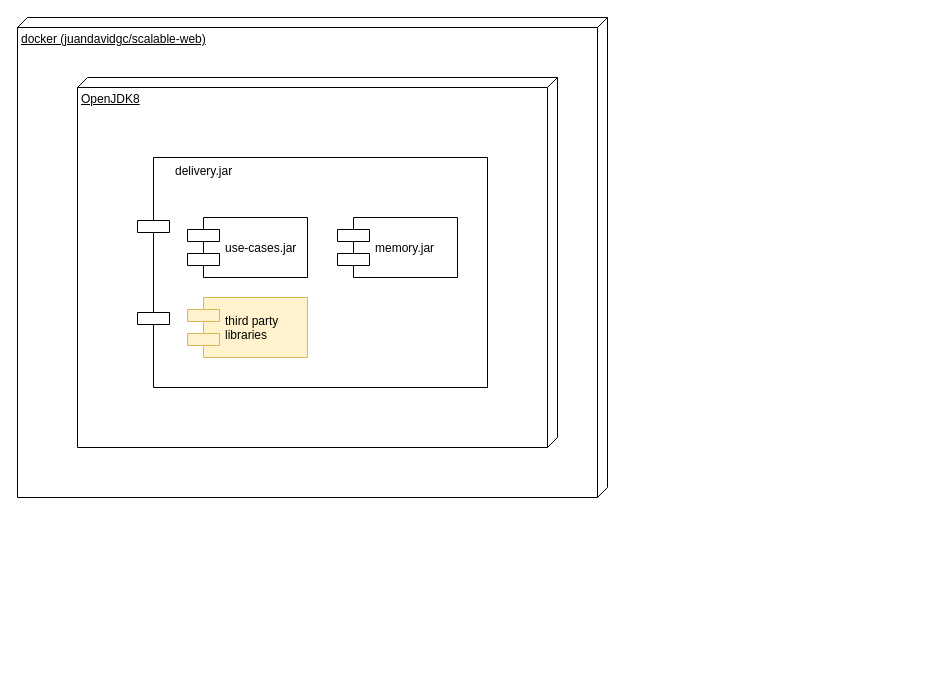
Earlier version of the draw.io diagram page "deployment" (2 of 4) of docs/architecture.drawio (juandavidgc/ScalableWeb). Source tidied: cells renumbered, new cells numbered last; positions are measured from the earlier drawing's top-left corner, leaving out a move shared by most shapes. Both pictures are drawn from the tidied source at 100%, with x=0, y=0 at pixel (17, 17).
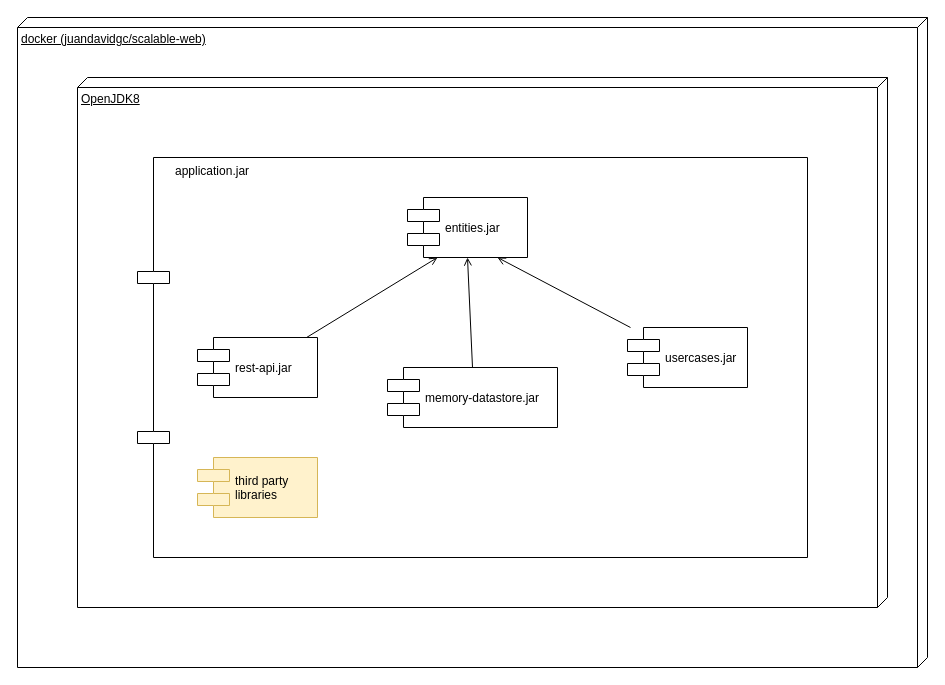
After the change.

Diff of the diagram source:
```diff
@@
 <mxGraphModel>
   <root>
     <mxCell id="0" />
     <mxCell id="1" parent="0" />
     <mxCell id="2" value="docker (juandavidgc/scalable-web)" style="verticalAlign=top;align=left;spacingTop=8;spacingLeft=2;spacingRight=12;shape=cube;size=10;direction=south;fontStyle=4;html=1;" parent="1" vertex="1">
-      <mxGeometry width="590" height="480" as="geometry" />
+      <mxGeometry width="910" height="650" as="geometry" />
     </mxCell>
     <mxCell id="3" value="OpenJDK8" style="verticalAlign=top;align=left;spacingTop=8;spacingLeft=2;spacingRight=12;shape=cube;size=10;direction=south;fontStyle=4;html=1;" parent="1" vertex="1">
-      <mxGeometry x="60" y="60" width="480" height="370" as="geometry" />
+      <mxGeometry x="60" y="60" width="810" height="530" as="geometry" />
     </mxCell>
-    <mxCell id="4" value="delivery.jar" style="shape=component;align=left;spacingLeft=36;verticalAlign=top;" parent="1" vertex="1">
-      <mxGeometry x="120" y="140" width="350" height="230" as="geometry" />
+    <mxCell id="4" value="application.jar" style="shape=component;align=left;spacingLeft=36;verticalAlign=top;" parent="1" vertex="1">
+      <mxGeometry x="120" y="140" width="670" height="400" as="geometry" />
     </mxCell>
-    <mxCell id="5" value="use-cases.jar" style="shape=component;align=left;spacingLeft=36;" parent="1" vertex="1">
-      <mxGeometry x="170" y="200" width="120" height="60" as="geometry" />
+    <mxCell id="5" value="entities.jar" style="shape=component;align=left;spacingLeft=36;" parent="1" vertex="1">
+      <mxGeometry x="390" y="180" width="120" height="60" as="geometry" />
     </mxCell>
+    <mxCell id="8" style="edgeStyle=none;rounded=0;jettySize=auto;html=1;entryX=0.75;entryY=1;entryDx=0;entryDy=0;endArrow=open;endFill=0;" parent="1" edge="1" source="6" target="5">
+      <mxGeometry relative="1" as="geometry" />
+    </mxCell>
-    <mxCell id="6" value="memory.jar" style="shape=component;align=left;spacingLeft=36;" parent="1" vertex="1">
-      <mxGeometry x="320" y="200" width="120" height="60" as="geometry" />
+    <mxCell id="6" value="usercases.jar" style="shape=component;align=left;spacingLeft=36;" parent="1" vertex="1">
+      <mxGeometry x="610" y="310" width="120" height="60" as="geometry" />
     </mxCell>
     <mxCell id="7" value="third party &#10;libraries" style="shape=component;align=left;spacingLeft=36;fillColor=#fff2cc;strokeColor=#d6b656;" parent="1" vertex="1">
-      <mxGeometry x="170" y="280" width="120" height="60" as="geometry" />
+      <mxGeometry x="180" y="440" width="120" height="60" as="geometry" />
     </mxCell>
+    <mxCell id="9" style="edgeStyle=none;rounded=0;jettySize=auto;html=1;entryX=0.25;entryY=1;entryDx=0;entryDy=0;endArrow=open;endFill=0;" parent="1" edge="1" source="10" target="5">
+      <mxGeometry relative="1" as="geometry" />
+    </mxCell>
+    <mxCell id="10" value="rest-api.jar" style="shape=component;align=left;spacingLeft=36;" parent="1" vertex="1">
+      <mxGeometry x="180" y="320" width="120" height="60" as="geometry" />
+    </mxCell>
+    <mxCell id="11" style="edgeStyle=none;rounded=0;jettySize=auto;html=1;exitX=0.5;exitY=0;exitDx=0;exitDy=0;entryX=0.5;entryY=1;entryDx=0;entryDy=0;endArrow=open;endFill=0;" parent="1" edge="1" source="12" target="5">
+      <mxGeometry relative="1" as="geometry" />
+    </mxCell>
+    <mxCell id="12" value="memory-datastore.jar" style="shape=component;align=left;spacingLeft=36;" parent="1" vertex="1">
+      <mxGeometry x="370" y="350" width="170" height="60" as="geometry" />
+    </mxCell>
   </root>
 </mxGraphModel>
```
